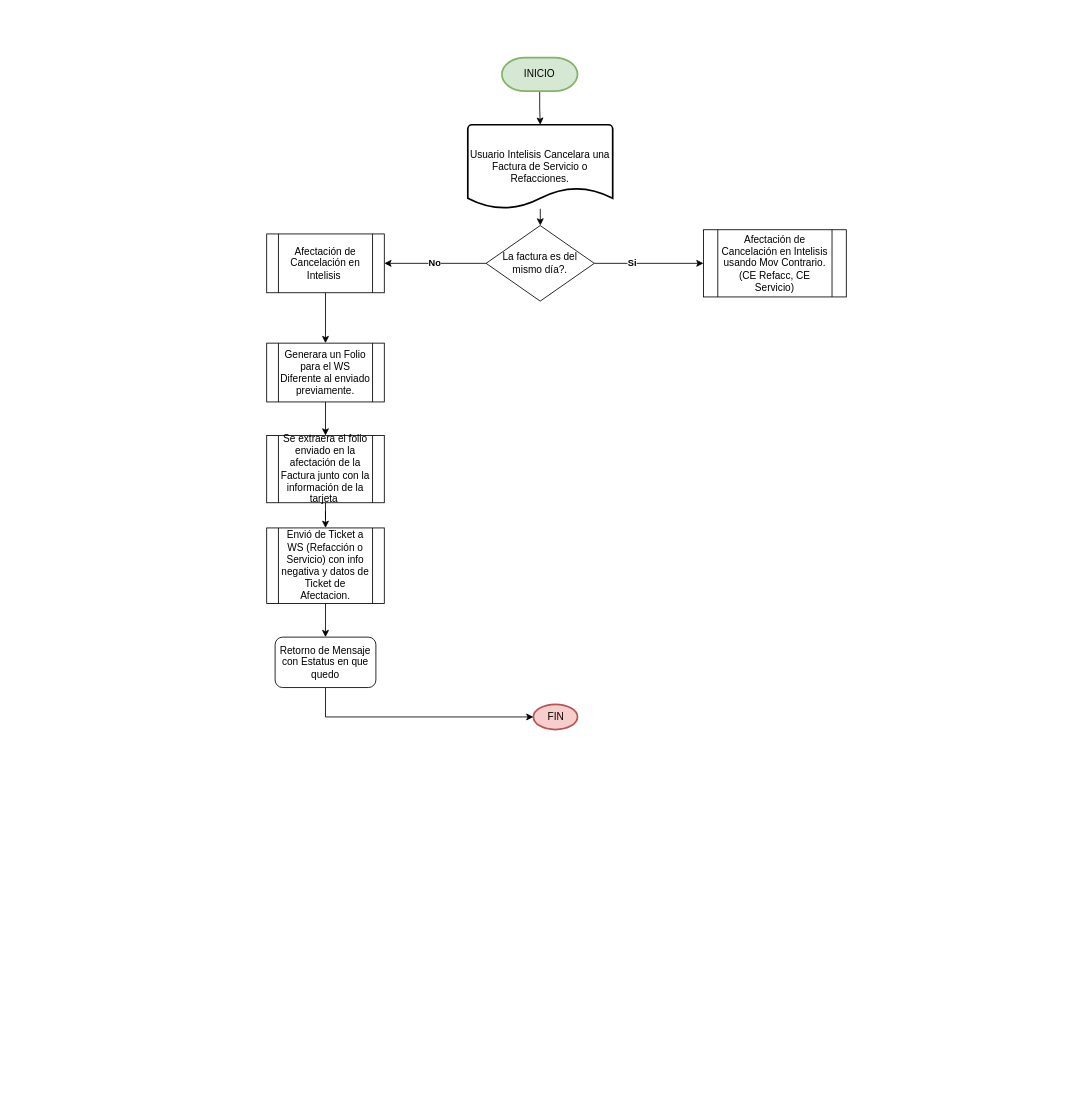
Before: Trabajo/Farrera/Programa Lealtad/Cancelacion de Factura (Ticket Servicio y Refacciones).drawio in GtrujilloTS/Diagramas, a draw.io diagram. Source tidied: cells renumbered, new cells numbered last; positions are measured from the earlier drawing's top-left corner, leaving out a move shared by most shapes. Both pictures are drawn from the tidied source at 84%, with x=0, y=0 at pixel (266, 57).
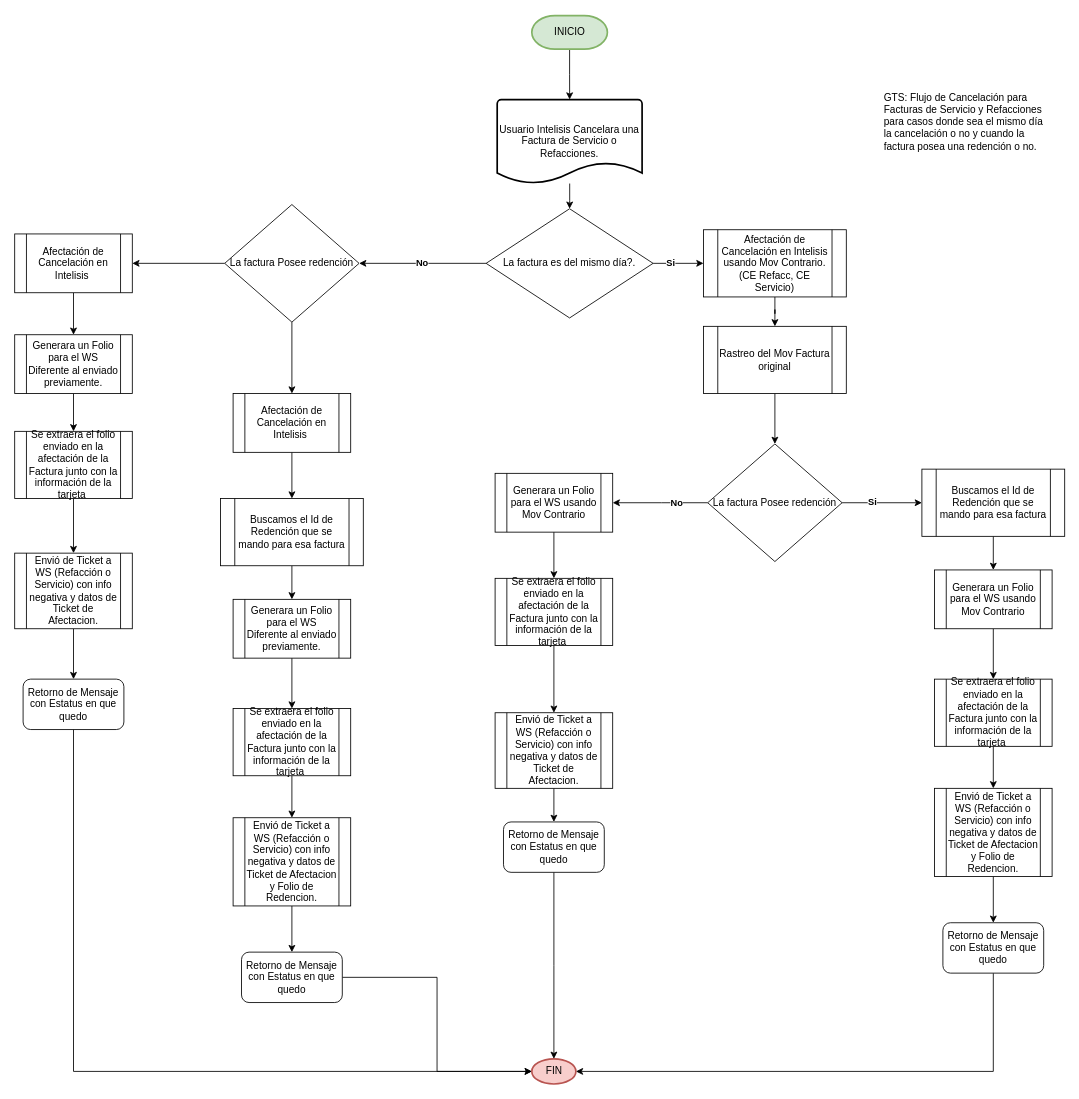
The same page after the edit.

The change refers to these unchanged cells:
```xml
<mxCell id="21" value="Afectación de Cancelación en Intelisis usando Mov Contrario.(CE Refacc, CE Servicio)" style="shape=process;whiteSpace=wrap;html=1;backgroundOutline=1;" parent="1" vertex="1">
  <mxGeometry x="520" y="205" width="170" height="80" as="geometry" />
</mxCell>
```

Diff of the diagram source:
```diff
@@
     <mxCell id="3" value="Usuario Intelisis Cancelara una Factura de Servicio o Refacciones." style="strokeWidth=2;html=1;shape=mxgraph.flowchart.document2;whiteSpace=wrap;size=0.25;" parent="1" vertex="1">
-      <mxGeometry x="239.4" y="80" width="172.5" height="100" as="geometry" />
+      <mxGeometry x="274.4" y="50" width="172.5" height="100" as="geometry" />
     </mxCell>
-    <mxCell id="4" style="edgeStyle=orthogonalEdgeStyle;rounded=0;jettySize=auto;html=1;entryX=0.5;entryY=0;entryDx=0;entryDy=0;" parent="1" edge="1" source="5" target="20">
-      <mxGeometry relative="1" as="geometry" />
-    </mxCell>
-    <mxCell id="5" value="Envió de Ticket a WS (Refacción o Servicio) con info negativa y datos de Ticket de Afectacion." style="shape=process;whiteSpace=wrap;html=1;backgroundOutline=1;" parent="1" vertex="1">
-      <mxGeometry y="560" width="140" height="90" as="geometry" />
-    </mxCell>
     <mxCell id="6" value="FIN" style="strokeWidth=2;html=1;shape=mxgraph.flowchart.start_1;whiteSpace=wrap;fillColor=#f8cecc;strokeColor=#b85450;" parent="1" vertex="1">
-      <mxGeometry x="317.5" y="770" width="52.5" height="30" as="geometry" />
+      <mxGeometry x="315.6" y="1192" width="52.5" height="30" as="geometry" />
     </mxCell>
@@
     <mxCell id="8" value="INICIO" style="strokeWidth=2;html=1;shape=mxgraph.flowchart.terminator;whiteSpace=wrap;fillColor=#d5e8d4;strokeColor=#82b366;" parent="1" vertex="1">
-      <mxGeometry x="280" width="90" height="40" as="geometry" />
+      <mxGeometry x="315.6" y="-50" width="90" height="40" as="geometry" />
     </mxCell>
-    <mxCell id="9" value="&lt;b&gt;No&lt;/b&gt;" style="edgeStyle=orthogonalEdgeStyle;rounded=0;jettySize=auto;html=1;" parent="1" edge="1" source="12" target="18">
+    <mxCell id="9" value="&lt;b&gt;No&lt;/b&gt;" style="edgeStyle=orthogonalEdgeStyle;rounded=0;jettySize=auto;html=1;entryX=1;entryY=0.5;entryDx=0;entryDy=0;" parent="1" edge="1" source="12" target="54">
       <mxGeometry relative="1" as="geometry" />
     </mxCell>
@@
     <mxCell id="12" value="La factura es del mismo día?." style="rhombus;whiteSpace=wrap;html=1;" parent="1" vertex="1">
-      <mxGeometry x="261.2" y="200" width="128.8" height="90" as="geometry" />
+      <mxGeometry x="261.2" y="180" width="198.8" height="130" as="geometry" />
     </mxCell>
-    <mxCell id="13" style="edgeStyle=orthogonalEdgeStyle;rounded=0;jettySize=auto;html=1;entryX=0.5;entryY=0;entryDx=0;entryDy=0;" parent="1" edge="1" source="14" target="16">
-      <mxGeometry relative="1" as="geometry" />
-    </mxCell>
-    <mxCell id="14" value="Generara un Folio para el WS Diferente al enviado previamente." style="shape=process;whiteSpace=wrap;html=1;backgroundOutline=1;" parent="1" vertex="1">
-      <mxGeometry y="340" width="140" height="70" as="geometry" />
-    </mxCell>
-    <mxCell id="15" style="edgeStyle=orthogonalEdgeStyle;rounded=0;jettySize=auto;html=1;entryX=0.5;entryY=0;entryDx=0;entryDy=0;" parent="1" edge="1" source="16" target="5">
-      <mxGeometry relative="1" as="geometry" />
-    </mxCell>
-    <mxCell id="16" value="Se extraera el folio enviado en la afectación de la Factura junto con la información de la tarjeta&amp;nbsp;" style="shape=process;whiteSpace=wrap;html=1;backgroundOutline=1;" parent="1" vertex="1">
-      <mxGeometry y="450" width="140" height="80" as="geometry" />
-    </mxCell>
-    <mxCell id="17" style="edgeStyle=orthogonalEdgeStyle;rounded=0;jettySize=auto;html=1;entryX=0.5;entryY=0;entryDx=0;entryDy=0;" parent="1" edge="1" source="18" target="14">
-      <mxGeometry relative="1" as="geometry" />
-    </mxCell>
-    <mxCell id="18" value="Afectación de Cancelación en Intelisis&amp;nbsp;" style="shape=process;whiteSpace=wrap;html=1;backgroundOutline=1;" parent="1" vertex="1">
-      <mxGeometry y="210" width="140" height="70" as="geometry" />
-    </mxCell>
-    <mxCell id="19" style="edgeStyle=orthogonalEdgeStyle;rounded=0;jettySize=auto;html=1;entryX=0;entryY=0.5;entryDx=0;entryDy=0;entryPerimeter=0;" parent="1" edge="1" source="20" target="6">
-      <mxGeometry relative="1" as="geometry">
-        <Array as="points">
-          <mxPoint x="70" y="785" />
-        </Array>
-      </mxGeometry>
-    </mxCell>
-    <mxCell id="20" value="Retorno de Mensaje con Estatus en que quedo" style="rounded=1;whiteSpace=wrap;html=1;" parent="1" vertex="1">
-      <mxGeometry x="10" y="690" width="120" height="60" as="geometry" />
-    </mxCell>
+    <mxCell id="22" style="edgeStyle=orthogonalEdgeStyle;rounded=0;jettySize=auto;html=1;entryX=0.5;entryY=0;entryDx=0;entryDy=0;" parent="1" edge="1" source="21" target="24">
+      <mxGeometry relative="1" as="geometry" />
+    </mxCell>
@@
+    <mxCell id="23" style="edgeStyle=orthogonalEdgeStyle;rounded=0;jettySize=auto;html=1;entryX=0.5;entryY=0;entryDx=0;entryDy=0;" parent="1" edge="1" source="24" target="31">
+      <mxGeometry relative="1" as="geometry" />
+    </mxCell>
+    <mxCell id="24" value="Rastreo del Mov Factura original" style="shape=process;whiteSpace=wrap;html=1;backgroundOutline=1;" parent="1" vertex="1">
+      <mxGeometry x="520" y="320" width="170" height="80" as="geometry" />
+    </mxCell>
+    <mxCell id="25" style="edgeStyle=orthogonalEdgeStyle;rounded=0;jettySize=auto;html=1;" parent="1" edge="1" source="26" target="44">
+      <mxGeometry relative="1" as="geometry" />
+    </mxCell>
+    <mxCell id="26" value="Buscamos el Id de Redención que se mando para esa factura" style="shape=process;whiteSpace=wrap;html=1;backgroundOutline=1;" parent="1" vertex="1">
+      <mxGeometry x="780" y="490" width="170" height="80" as="geometry" />
+    </mxCell>
+    <mxCell id="27" style="edgeStyle=orthogonalEdgeStyle;rounded=0;jettySize=auto;html=1;entryX=1;entryY=0.5;entryDx=0;entryDy=0;" parent="1" edge="1" source="31" target="35">
+      <mxGeometry relative="1" as="geometry">
+        <Array as="points">
+          <mxPoint x="470" y="530" />
+          <mxPoint x="470" y="530" />
+        </Array>
+      </mxGeometry>
+    </mxCell>
+    <mxCell id="28" value="&lt;b&gt;No&lt;/b&gt;" style="edgeLabel;html=1;align=center;verticalAlign=middle;" parent="27" vertex="1">
+      <mxGeometry x="-0.32" y="-1" relative="1" as="geometry" />
+    </mxCell>
+    <mxCell id="29" style="edgeStyle=orthogonalEdgeStyle;rounded=0;jettySize=auto;html=1;exitX=1;exitY=0.5;exitDx=0;exitDy=0;entryX=0;entryY=0.5;entryDx=0;entryDy=0;" parent="1" edge="1" source="31" target="26">
+      <mxGeometry relative="1" as="geometry" />
+    </mxCell>
+    <mxCell id="30" value="&lt;b&gt;Si&lt;/b&gt;" style="edgeLabel;html=1;align=center;verticalAlign=middle;" parent="29" vertex="1">
+      <mxGeometry x="-0.26" y="2" relative="1" as="geometry" />
+    </mxCell>
+    <mxCell id="31" value="La factura Posee redención" style="rhombus;whiteSpace=wrap;html=1;" parent="1" vertex="1">
+      <mxGeometry x="525" y="460" width="160" height="140" as="geometry" />
+    </mxCell>
+    <mxCell id="32" style="edgeStyle=orthogonalEdgeStyle;rounded=0;jettySize=auto;html=1;entryX=0.5;entryY=0;entryDx=0;entryDy=0;" parent="1" edge="1" source="33" target="39">
+      <mxGeometry relative="1" as="geometry" />
+    </mxCell>
+    <mxCell id="33" value="Envió de Ticket a WS (Refacción o Servicio) con info negativa y datos de Ticket de Afectacion." style="shape=process;whiteSpace=wrap;html=1;backgroundOutline=1;" parent="1" vertex="1">
+      <mxGeometry x="271.9" y="780" width="140" height="90" as="geometry" />
+    </mxCell>
+    <mxCell id="34" style="edgeStyle=orthogonalEdgeStyle;rounded=0;jettySize=auto;html=1;entryX=0.5;entryY=0;entryDx=0;entryDy=0;" parent="1" edge="1" source="35" target="37">
+      <mxGeometry relative="1" as="geometry" />
+    </mxCell>
+    <mxCell id="35" value="Generara un Folio para el WS usando Mov Contrario" style="shape=process;whiteSpace=wrap;html=1;backgroundOutline=1;" parent="1" vertex="1">
+      <mxGeometry x="271.9" y="495" width="140" height="70" as="geometry" />
+    </mxCell>
+    <mxCell id="36" style="edgeStyle=orthogonalEdgeStyle;rounded=0;jettySize=auto;html=1;entryX=0.5;entryY=0;entryDx=0;entryDy=0;" parent="1" edge="1" source="37" target="33">
+      <mxGeometry relative="1" as="geometry" />
+    </mxCell>
+    <mxCell id="37" value="Se extraera el folio enviado en la afectación de la Factura junto con la información de la tarjeta&amp;nbsp;" style="shape=process;whiteSpace=wrap;html=1;backgroundOutline=1;" parent="1" vertex="1">
+      <mxGeometry x="271.9" y="620" width="140" height="80" as="geometry" />
+    </mxCell>
+    <mxCell id="38" style="edgeStyle=orthogonalEdgeStyle;rounded=0;jettySize=auto;html=1;" parent="1" edge="1" source="39" target="6">
+      <mxGeometry relative="1" as="geometry" />
+    </mxCell>
+    <mxCell id="39" value="Retorno de Mensaje con Estatus en que quedo" style="rounded=1;whiteSpace=wrap;html=1;" parent="1" vertex="1">
+      <mxGeometry x="281.9" y="910" width="120" height="60" as="geometry" />
+    </mxCell>
+    <mxCell id="40" style="edgeStyle=orthogonalEdgeStyle;rounded=0;orthogonalLoop=1;jettySize=auto;html=1;exitX=0.5;exitY=1;exitDx=0;exitDy=0;" parent="1" edge="1" source="33" target="33">
+      <mxGeometry relative="1" as="geometry" />
+    </mxCell>
+    <mxCell id="41" style="edgeStyle=orthogonalEdgeStyle;rounded=0;jettySize=auto;html=1;entryX=0.5;entryY=0;entryDx=0;entryDy=0;" parent="1" edge="1" source="42" target="48">
+      <mxGeometry relative="1" as="geometry" />
+    </mxCell>
+    <mxCell id="42" value="Envió de Ticket a WS (Refacción o Servicio) con info negativa y datos de Ticket de Afectacion y Folio de Redencion." style="shape=process;whiteSpace=wrap;html=1;backgroundOutline=1;" parent="1" vertex="1">
+      <mxGeometry x="795" y="870" width="140" height="105" as="geometry" />
+    </mxCell>
+    <mxCell id="43" style="edgeStyle=orthogonalEdgeStyle;rounded=0;jettySize=auto;html=1;entryX=0.5;entryY=0;entryDx=0;entryDy=0;" parent="1" edge="1" source="44" target="46">
+      <mxGeometry relative="1" as="geometry" />
+    </mxCell>
+    <mxCell id="44" value="Generara un Folio para el WS usando Mov Contrario" style="shape=process;whiteSpace=wrap;html=1;backgroundOutline=1;" parent="1" vertex="1">
+      <mxGeometry x="795" y="610" width="140" height="70" as="geometry" />
+    </mxCell>
+    <mxCell id="45" style="edgeStyle=orthogonalEdgeStyle;rounded=0;jettySize=auto;html=1;entryX=0.5;entryY=0;entryDx=0;entryDy=0;" parent="1" edge="1" source="46" target="42">
+      <mxGeometry relative="1" as="geometry" />
+    </mxCell>
+    <mxCell id="46" value="Se extraera el folio enviado en la afectación de la Factura junto con la información de la tarjeta&amp;nbsp;" style="shape=process;whiteSpace=wrap;html=1;backgroundOutline=1;" parent="1" vertex="1">
+      <mxGeometry x="795" y="740" width="140" height="80" as="geometry" />
+    </mxCell>
+    <mxCell id="47" style="edgeStyle=orthogonalEdgeStyle;rounded=0;jettySize=auto;html=1;entryX=1;entryY=0.5;entryDx=0;entryDy=0;entryPerimeter=0;exitX=0.5;exitY=1;exitDx=0;exitDy=0;" parent="1" edge="1" source="48" target="6">
+      <mxGeometry relative="1" as="geometry">
+        <Array as="points">
+          <mxPoint x="865" y="1207" />
+        </Array>
+      </mxGeometry>
+    </mxCell>
+    <mxCell id="48" value="Retorno de Mensaje con Estatus en que quedo" style="rounded=1;whiteSpace=wrap;html=1;" parent="1" vertex="1">
+      <mxGeometry x="805" y="1030" width="120" height="60" as="geometry" />
+    </mxCell>
+    <mxCell id="49" style="edgeStyle=orthogonalEdgeStyle;rounded=0;orthogonalLoop=1;jettySize=auto;html=1;exitX=0.5;exitY=1;exitDx=0;exitDy=0;" parent="1" edge="1" source="42" target="42">
+      <mxGeometry relative="1" as="geometry" />
+    </mxCell>
+    <mxCell id="50" style="edgeStyle=orthogonalEdgeStyle;rounded=0;jettySize=auto;html=1;" parent="1" edge="1" source="51" target="67">
+      <mxGeometry relative="1" as="geometry" />
+    </mxCell>
+    <mxCell id="51" value="Buscamos el Id de Redención que se mando para esa factura" style="shape=process;whiteSpace=wrap;html=1;backgroundOutline=1;" parent="1" vertex="1">
+      <mxGeometry x="-55" y="525" width="170" height="80" as="geometry" />
+    </mxCell>
+    <mxCell id="52" style="edgeStyle=orthogonalEdgeStyle;rounded=0;jettySize=auto;html=1;entryX=0.5;entryY=0;entryDx=0;entryDy=0;" parent="1" edge="1" source="54" target="76">
+      <mxGeometry relative="1" as="geometry" />
+    </mxCell>
+    <mxCell id="53" style="edgeStyle=orthogonalEdgeStyle;rounded=0;jettySize=auto;html=1;entryX=1;entryY=0.5;entryDx=0;entryDy=0;" parent="1" edge="1" source="54" target="74">
+      <mxGeometry relative="1" as="geometry" />
+    </mxCell>
+    <mxCell id="54" value="La factura Posee redención" style="rhombus;whiteSpace=wrap;html=1;" parent="1" vertex="1">
+      <mxGeometry x="-50" y="175" width="160" height="140" as="geometry" />
+    </mxCell>
+    <mxCell id="55" style="edgeStyle=orthogonalEdgeStyle;rounded=0;jettySize=auto;html=1;entryX=0.5;entryY=0;entryDx=0;entryDy=0;" parent="1" edge="1" source="56" target="62">
+      <mxGeometry relative="1" as="geometry" />
+    </mxCell>
+    <mxCell id="56" value="Envió de Ticket a WS (Refacción o Servicio) con info negativa y datos de Ticket de Afectacion." style="shape=process;whiteSpace=wrap;html=1;backgroundOutline=1;" parent="1" vertex="1">
+      <mxGeometry x="-300" y="590" width="140" height="90" as="geometry" />
+    </mxCell>
+    <mxCell id="57" style="edgeStyle=orthogonalEdgeStyle;rounded=0;jettySize=auto;html=1;entryX=0.5;entryY=0;entryDx=0;entryDy=0;" parent="1" edge="1" source="58" target="60">
+      <mxGeometry relative="1" as="geometry" />
+    </mxCell>
+    <mxCell id="58" value="Generara un Folio para el WS Diferente al enviado previamente." style="shape=process;whiteSpace=wrap;html=1;backgroundOutline=1;" parent="1" vertex="1">
+      <mxGeometry x="-300" y="330" width="140" height="70" as="geometry" />
+    </mxCell>
+    <mxCell id="59" style="edgeStyle=orthogonalEdgeStyle;rounded=0;jettySize=auto;html=1;entryX=0.5;entryY=0;entryDx=0;entryDy=0;" parent="1" edge="1" source="60" target="56">
+      <mxGeometry relative="1" as="geometry" />
+    </mxCell>
+    <mxCell id="60" value="Se extraera el folio enviado en la afectación de la Factura junto con la información de la tarjeta&amp;nbsp;" style="shape=process;whiteSpace=wrap;html=1;backgroundOutline=1;" parent="1" vertex="1">
+      <mxGeometry x="-300" y="445" width="140" height="80" as="geometry" />
+    </mxCell>
+    <mxCell id="61" style="edgeStyle=orthogonalEdgeStyle;rounded=0;jettySize=auto;html=1;entryX=0;entryY=0.5;entryDx=0;entryDy=0;entryPerimeter=0;" parent="1" edge="1" source="62" target="6">
+      <mxGeometry relative="1" as="geometry">
+        <Array as="points">
+          <mxPoint x="-230" y="1207" />
+        </Array>
+      </mxGeometry>
+    </mxCell>
+    <mxCell id="62" value="Retorno de Mensaje con Estatus en que quedo" style="rounded=1;whiteSpace=wrap;html=1;" parent="1" vertex="1">
+      <mxGeometry x="-290" y="740" width="120" height="60" as="geometry" />
+    </mxCell>
+    <mxCell id="63" style="edgeStyle=orthogonalEdgeStyle;rounded=0;orthogonalLoop=1;jettySize=auto;html=1;exitX=0.5;exitY=1;exitDx=0;exitDy=0;" parent="1" edge="1" source="56" target="56">
+      <mxGeometry relative="1" as="geometry" />
+    </mxCell>
+    <mxCell id="64" style="edgeStyle=orthogonalEdgeStyle;rounded=0;jettySize=auto;html=1;entryX=0.5;entryY=0;entryDx=0;entryDy=0;" parent="1" edge="1" source="65" target="71">
+      <mxGeometry relative="1" as="geometry" />
+    </mxCell>
+    <mxCell id="65" value="Envió de Ticket a WS (Refacción o Servicio) con info negativa y datos de Ticket de Afectacion y Folio de Redencion." style="shape=process;whiteSpace=wrap;html=1;backgroundOutline=1;" parent="1" vertex="1">
+      <mxGeometry x="-40" y="905" width="140" height="105" as="geometry" />
+    </mxCell>
+    <mxCell id="66" style="edgeStyle=orthogonalEdgeStyle;rounded=0;jettySize=auto;html=1;entryX=0.5;entryY=0;entryDx=0;entryDy=0;" parent="1" edge="1" source="67" target="69">
+      <mxGeometry relative="1" as="geometry" />
+    </mxCell>
+    <mxCell id="67" value="Generara un Folio para el WS Diferente al enviado previamente." style="shape=process;whiteSpace=wrap;html=1;backgroundOutline=1;" parent="1" vertex="1">
+      <mxGeometry x="-40" y="645" width="140" height="70" as="geometry" />
+    </mxCell>
+    <mxCell id="68" style="edgeStyle=orthogonalEdgeStyle;rounded=0;jettySize=auto;html=1;entryX=0.5;entryY=0;entryDx=0;entryDy=0;" parent="1" edge="1" source="69" target="65">
+      <mxGeometry relative="1" as="geometry" />
+    </mxCell>
+    <mxCell id="69" value="Se extraera el folio enviado en la afectación de la Factura junto con la información de la tarjeta&amp;nbsp;" style="shape=process;whiteSpace=wrap;html=1;backgroundOutline=1;" parent="1" vertex="1">
+      <mxGeometry x="-40" y="775" width="140" height="80" as="geometry" />
+    </mxCell>
+    <mxCell id="70" style="edgeStyle=orthogonalEdgeStyle;rounded=0;jettySize=auto;html=1;entryX=0;entryY=0.5;entryDx=0;entryDy=0;entryPerimeter=0;" parent="1" edge="1" source="71" target="6">
+      <mxGeometry relative="1" as="geometry" />
+    </mxCell>
+    <mxCell id="71" value="Retorno de Mensaje con Estatus en que quedo" style="rounded=1;whiteSpace=wrap;html=1;" parent="1" vertex="1">
+      <mxGeometry x="-30" y="1065" width="120" height="60" as="geometry" />
+    </mxCell>
+    <mxCell id="72" style="edgeStyle=orthogonalEdgeStyle;rounded=0;orthogonalLoop=1;jettySize=auto;html=1;exitX=0.5;exitY=1;exitDx=0;exitDy=0;" parent="1" edge="1" source="65" target="65">
+      <mxGeometry relative="1" as="geometry" />
+    </mxCell>
+    <mxCell id="73" style="edgeStyle=orthogonalEdgeStyle;rounded=0;jettySize=auto;html=1;" parent="1" edge="1" source="74" target="58">
+      <mxGeometry relative="1" as="geometry" />
+    </mxCell>
+    <mxCell id="74" value="Afectación de Cancelación en Intelisis&amp;nbsp;" style="shape=process;whiteSpace=wrap;html=1;backgroundOutline=1;" parent="1" vertex="1">
+      <mxGeometry x="-300" y="210" width="140" height="70" as="geometry" />
+    </mxCell>
+    <mxCell id="75" style="edgeStyle=orthogonalEdgeStyle;rounded=0;jettySize=auto;html=1;entryX=0.5;entryY=0;entryDx=0;entryDy=0;" parent="1" edge="1" source="76" target="51">
+      <mxGeometry relative="1" as="geometry" />
+    </mxCell>
+    <mxCell id="76" value="Afectación de Cancelación en Intelisis&amp;nbsp;" style="shape=process;whiteSpace=wrap;html=1;backgroundOutline=1;" parent="1" vertex="1">
+      <mxGeometry x="-40" y="400" width="140" height="70" as="geometry" />
+    </mxCell>
+    <mxCell id="77" value="&lt;h1&gt;&lt;br&gt;&lt;/h1&gt;&lt;p&gt;GTS: Flujo de Cancelación para Facturas de Servicio y Refacciones para casos donde sea el mismo día la cancelación o no y cuando la factura posea una redención o no.&lt;/p&gt;&lt;p&gt;&lt;br&gt;&lt;/p&gt;" style="text;html=1;strokeColor=none;fillColor=none;spacing=5;spacingTop=-20;whiteSpace=wrap;overflow=hidden;rounded=0;" parent="1" vertex="1">
+      <mxGeometry x="730" y="-10" width="200" height="140" as="geometry" />
+    </mxCell>
```
